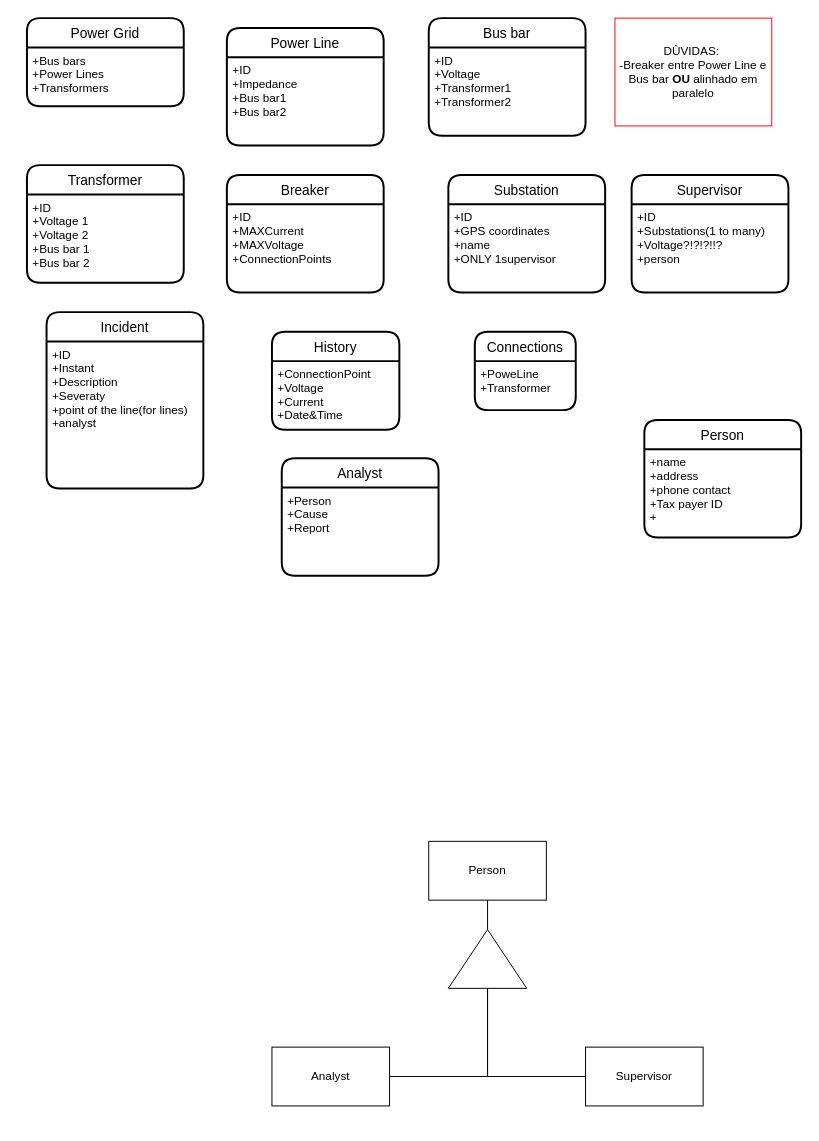
dgd-rosa/SIBD keeps this draw.io diagram as Untitled Diagram.drawio. Above is the earlier version. Source tidied: cells renumbered, new cells numbered last; positions are measured from the earlier drawing's top-left corner, leaving out a move shared by most shapes. Both pictures are drawn from the tidied source at 98%, with x=0, y=0 at pixel (26, 18).
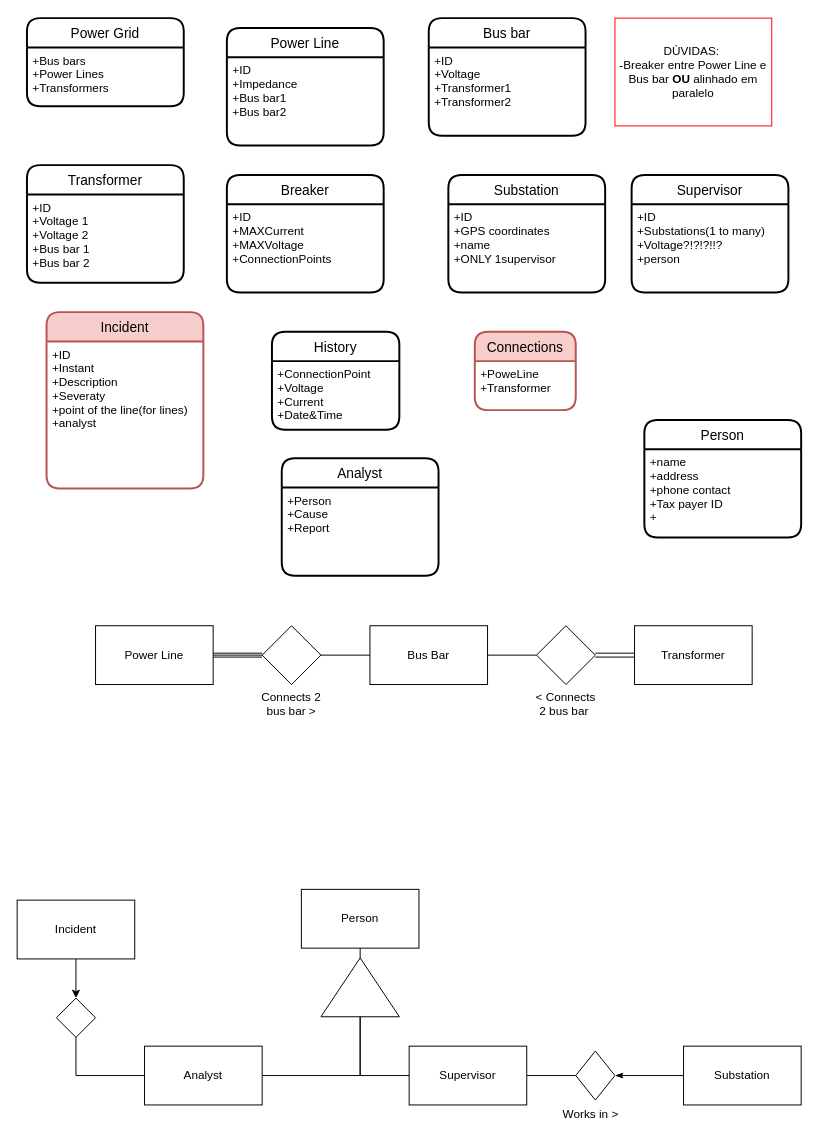
After the change.

Diff of the diagram source:
```diff
@@
-    <mxCell id="17" value="Incident" style="swimlane;horizontal=1;startSize=30;rounded=1;fontSize=14;fontStyle=0;strokeWidth=2;shadow=0;dashed=0;align=center;fillColor=#FFFFFF;" parent="1" vertex="1">
+    <mxCell id="17" value="Incident" style="swimlane;horizontal=1;startSize=30;rounded=1;fontSize=14;fontStyle=0;strokeWidth=2;shadow=0;dashed=0;align=center;fillColor=#f8cecc;strokeColor=#b85450;" parent="1" vertex="1">
       <mxGeometry x="20" y="300" width="160" height="180" as="geometry" />
     </mxCell>
@@
-    <mxCell id="21" value="Connections" style="swimlane;horizontal=1;startSize=30;rounded=1;fontSize=14;fontStyle=0;strokeWidth=2;shadow=0;dashed=0;align=center;fillColor=#FFFFFF;" parent="1" vertex="1">
+    <mxCell id="21" value="Connections" style="swimlane;horizontal=1;startSize=30;rounded=1;fontSize=14;fontStyle=0;strokeWidth=2;shadow=0;dashed=0;align=center;fillColor=#f8cecc;strokeColor=#b85450;" parent="1" vertex="1">
       <mxGeometry x="457" y="320" width="103" height="80" as="geometry" />
     </mxCell>
@@
     <mxCell id="27" value="Person" style="rounded=0;whiteSpace=wrap;html=1;" parent="1" vertex="1">
-      <mxGeometry x="410" y="840" width="120" height="60" as="geometry" />
+      <mxGeometry x="280" y="889" width="120" height="60" as="geometry" />
     </mxCell>
+    <mxCell id="34" style="edgeStyle=orthogonalEdgeStyle;rounded=0;jettySize=auto;html=1;entryX=0;entryY=0.5;entryDx=0;entryDy=0;endArrow=none;endFill=0;" parent="1" edge="1" source="28" target="32">
+      <mxGeometry relative="1" as="geometry">
+        <Array as="points">
+          <mxPoint x="340" y="1079" />
+        </Array>
+      </mxGeometry>
+    </mxCell>
     <mxCell id="28" style="triangle;whiteSpace=wrap;html=1;direction=north;" parent="1" vertex="1">
-      <mxGeometry x="430" y="930" width="80" height="60" as="geometry" />
+      <mxGeometry x="300" y="959" width="80" height="60" as="geometry" />
     </mxCell>
+    <mxCell id="35" style="edgeStyle=orthogonalEdgeStyle;rounded=0;jettySize=auto;html=1;endArrow=none;endFill=0;" parent="1" edge="1" source="30" target="55">
+      <mxGeometry relative="1" as="geometry" />
+    </mxCell>
@@
     <mxCell id="30" value="Analyst" style="rounded=0;whiteSpace=wrap;html=1;" parent="1" vertex="1">
-      <mxGeometry x="250" y="1050" width="120" height="60" as="geometry" />
+      <mxGeometry x="120" y="1049" width="120" height="60" as="geometry" />
     </mxCell>
-    <mxCell id="31" style="edgeStyle=orthogonalEdgeStyle;rounded=0;jettySize=auto;html=1;endArrow=none;endFill=0;" parent="1" edge="1" source="32">
-      <mxGeometry relative="1" as="geometry">
-        <mxPoint x="470" y="990" as="targetPoint" />
-        <Array as="points">
-          <mxPoint x="470" y="1080" />
-        </Array>
-      </mxGeometry>
-    </mxCell>
+    <mxCell id="36" style="edgeStyle=orthogonalEdgeStyle;rounded=0;jettySize=auto;html=1;entryX=0;entryY=0.5;entryDx=0;entryDy=0;endArrow=none;endFill=0;entryPerimeter=0;" parent="1" edge="1" source="32" target="51">
+      <mxGeometry relative="1" as="geometry" />
+    </mxCell>
     <mxCell id="32" value="Supervisor" style="rounded=0;whiteSpace=wrap;html=1;" parent="1" vertex="1">
-      <mxGeometry x="570" y="1050" width="120" height="60" as="geometry" />
+      <mxGeometry x="390" y="1049" width="120" height="60" as="geometry" />
     </mxCell>
@@
+    <mxCell id="37" style="edgeStyle=orthogonalEdgeStyle;rounded=0;jettySize=auto;html=1;entryX=0;entryY=0.5;entryDx=0;entryDy=0;endArrow=none;endFill=0;" parent="1" edge="1" source="39" target="45">
+      <mxGeometry relative="1" as="geometry" />
+    </mxCell>
+    <mxCell id="38" style="edgeStyle=orthogonalEdgeStyle;rounded=0;jettySize=auto;html=1;endArrow=classic;endFill=1;shape=link;" parent="1" edge="1" source="39" target="45">
+      <mxGeometry relative="1" as="geometry" />
+    </mxCell>
+    <mxCell id="39" value="Power Line" style="rounded=0;whiteSpace=wrap;html=1;" parent="1" vertex="1">
+      <mxGeometry x="70" y="620" width="120" height="60" as="geometry" />
+    </mxCell>
+    <mxCell id="40" style="edgeStyle=orthogonalEdgeStyle;rounded=0;jettySize=auto;html=1;endArrow=none;endFill=0;" parent="1" edge="1" source="42" target="45">
+      <mxGeometry relative="1" as="geometry" />
+    </mxCell>
+    <mxCell id="41" style="edgeStyle=orthogonalEdgeStyle;rounded=0;jettySize=auto;html=1;entryX=0;entryY=0.5;entryDx=0;entryDy=0;endArrow=none;endFill=0;" parent="1" edge="1" source="42" target="46">
+      <mxGeometry relative="1" as="geometry" />
+    </mxCell>
+    <mxCell id="42" value="Bus Bar" style="rounded=0;whiteSpace=wrap;html=1;" parent="1" vertex="1">
+      <mxGeometry x="350" y="620" width="120" height="60" as="geometry" />
+    </mxCell>
+    <mxCell id="43" style="edgeStyle=orthogonalEdgeStyle;rounded=0;jettySize=auto;html=1;endArrow=none;endFill=0;shape=link;" parent="1" edge="1" source="44" target="46">
+      <mxGeometry relative="1" as="geometry" />
+    </mxCell>
+    <mxCell id="44" value="Transformer" style="rounded=0;whiteSpace=wrap;html=1;" parent="1" vertex="1">
+      <mxGeometry x="620" y="620" width="120" height="60" as="geometry" />
+    </mxCell>
+    <mxCell id="45" style="rhombus;whiteSpace=wrap;html=1;" parent="1" vertex="1">
+      <mxGeometry x="240" y="620" width="60" height="60" as="geometry" />
+    </mxCell>
+    <mxCell id="46" style="rhombus;whiteSpace=wrap;html=1;" parent="1" vertex="1">
+      <mxGeometry x="520" y="620" width="60" height="60" as="geometry" />
+    </mxCell>
+    <mxCell id="47" value="Connects 2 bus bar &amp;gt;" style="text;html=1;strokeColor=none;fillColor=none;align=center;verticalAlign=middle;whiteSpace=wrap;rounded=0;" parent="1" vertex="1">
+      <mxGeometry x="235" y="690" width="70" height="20" as="geometry" />
+    </mxCell>
+    <mxCell id="48" value="&amp;lt; Connects 2 bus bar&amp;nbsp;" style="text;html=1;strokeColor=none;fillColor=none;align=center;verticalAlign=middle;whiteSpace=wrap;rounded=0;" parent="1" vertex="1">
+      <mxGeometry x="515" y="690" width="70" height="20" as="geometry" />
+    </mxCell>
+    <mxCell id="49" style="edgeStyle=orthogonalEdgeStyle;rounded=0;jettySize=auto;html=1;entryX=1;entryY=0.5;entryDx=0;entryDy=0;endArrow=classicThin;endFill=1;" parent="1" edge="1" source="50" target="51">
+      <mxGeometry relative="1" as="geometry" />
+    </mxCell>
+    <mxCell id="50" value="Substation" style="rounded=0;whiteSpace=wrap;html=1;" parent="1" vertex="1">
+      <mxGeometry x="670" y="1049" width="120" height="60" as="geometry" />
+    </mxCell>
+    <mxCell id="51" style="rhombus;whiteSpace=wrap;html=1;" parent="1" vertex="1">
+      <mxGeometry x="560" y="1054" width="40" height="50" as="geometry" />
+    </mxCell>
+    <mxCell id="52" value="Works in &amp;gt;" style="text;html=1;strokeColor=none;fillColor=none;align=center;verticalAlign=middle;whiteSpace=wrap;rounded=0;" parent="1" vertex="1">
+      <mxGeometry x="540" y="1109" width="71" height="20" as="geometry" />
+    </mxCell>
+    <mxCell id="53" style="edgeStyle=orthogonalEdgeStyle;rounded=0;jettySize=auto;html=1;entryX=0.5;entryY=0;entryDx=0;entryDy=0;endArrow=classic;endFill=1;" parent="1" edge="1" source="54" target="55">
+      <mxGeometry relative="1" as="geometry" />
+    </mxCell>
+    <mxCell id="54" value="Incident" style="rounded=0;whiteSpace=wrap;html=1;" parent="1" vertex="1">
+      <mxGeometry x="-10" y="900" width="120" height="60" as="geometry" />
+    </mxCell>
+    <mxCell id="55" style="rhombus;whiteSpace=wrap;html=1;" parent="1" vertex="1">
+      <mxGeometry x="30" y="1000" width="40" height="40" as="geometry" />
+    </mxCell>
```
